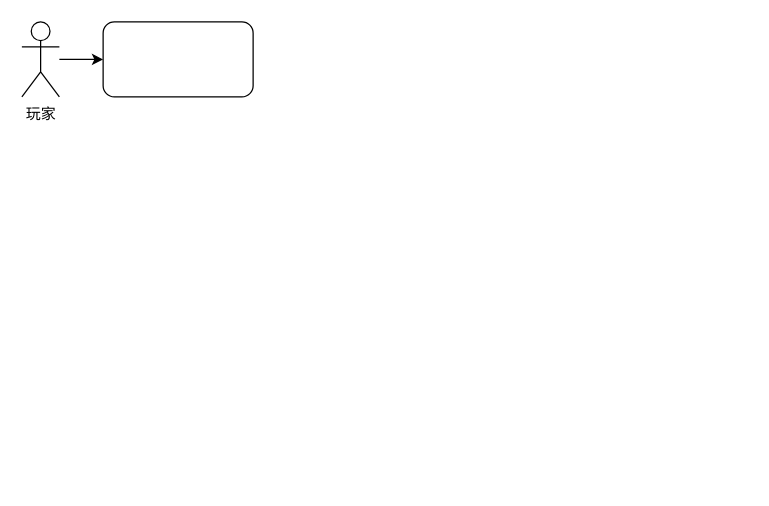
dingdu/7days-golang keeps this draw.io diagram as 道聚城超时.drawio. Above is the earlier version. Source tidied: cells renumbered, new cells numbered last; positions are measured from the earlier drawing's top-left corner, leaving out a move shared by most shapes. Both pictures are drawn from the tidied source at 125%, with x=0, y=0 at pixel (21, 21).
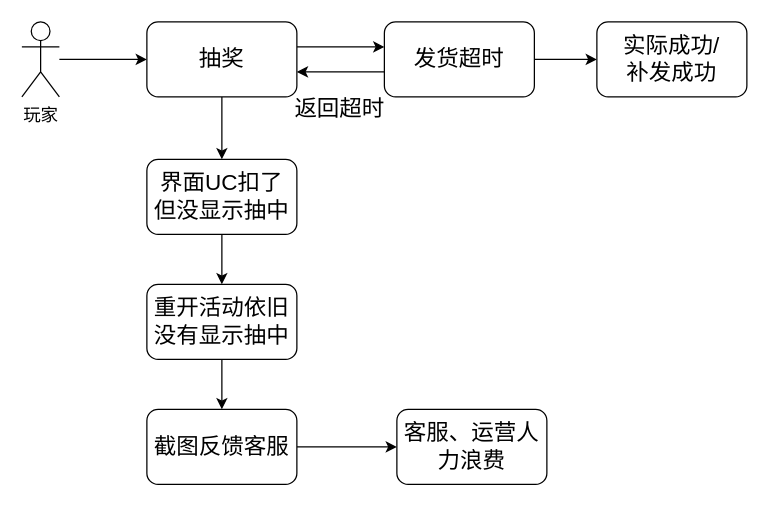
The same diagram, later.

Commit message (it also covers changes not shown here):
更新道聚城超时.drawio

What changed in the source:
```diff
@@
-    <mxCell id="2" style="edgeStyle=orthogonalEdgeStyle;rounded=0;jettySize=auto;html=1;" parent="1" edge="1" source="3" target="4">
-      <mxGeometry relative="1" as="geometry" />
-    </mxCell>
+    <mxCell id="5" style="edgeStyle=orthogonalEdgeStyle;rounded=0;jettySize=auto;html=1;" parent="1" edge="1" source="3" target="8">
+      <mxGeometry relative="1" as="geometry" />
+    </mxCell>
-    <mxCell id="3" value="玩家" style="shape=umlActor;verticalLabelPosition=bottom;verticalAlign=top;html=1;outlineConnect=0;" parent="1" vertex="1">
+    <mxCell id="3" value="&lt;font style=&quot;font-size: 14px;&quot;&gt;玩家&lt;/font&gt;" style="shape=umlActor;verticalLabelPosition=bottom;verticalAlign=top;html=1;outlineConnect=0;" parent="1" vertex="1">
       <mxGeometry width="30" height="60" as="geometry" />
     </mxCell>
-    <mxCell id="4" style="rounded=1;whiteSpace=wrap;html=1;verticalAlign=top;" parent="1" vertex="1">
-      <mxGeometry x="65" width="120" height="60" as="geometry" />
-    </mxCell>
+    <mxCell id="6" style="edgeStyle=orthogonalEdgeStyle;rounded=0;jettySize=auto;html=1;fontSize=14;" parent="1" edge="1" source="8" target="11">
+      <mxGeometry relative="1" as="geometry">
+        <Array as="points">
+          <mxPoint x="250" y="20" />
+          <mxPoint x="250" y="20" />
+        </Array>
+      </mxGeometry>
+    </mxCell>
+    <mxCell id="7" style="edgeStyle=orthogonalEdgeStyle;rounded=0;jettySize=auto;html=1;fontSize=18;" parent="1" edge="1" source="8" target="14">
+      <mxGeometry relative="1" as="geometry" />
+    </mxCell>
+    <mxCell id="8" value="&lt;font style=&quot;font-size: 18px;&quot;&gt;抽奖&lt;/font&gt;" style="rounded=1;whiteSpace=wrap;html=1;" parent="1" vertex="1">
+      <mxGeometry x="100" width="120" height="60" as="geometry" />
+    </mxCell>
+    <mxCell id="9" style="edgeStyle=orthogonalEdgeStyle;rounded=0;jettySize=auto;html=1;fontSize=14;" parent="1" edge="1" source="11" target="8">
+      <mxGeometry relative="1" as="geometry">
+        <Array as="points">
+          <mxPoint x="260" y="40" />
+          <mxPoint x="260" y="40" />
+        </Array>
+      </mxGeometry>
+    </mxCell>
+    <mxCell id="10" style="edgeStyle=orthogonalEdgeStyle;rounded=0;jettySize=auto;html=1;fontSize=18;" parent="1" edge="1" source="11" target="18">
+      <mxGeometry relative="1" as="geometry" />
+    </mxCell>
+    <mxCell id="11" value="&lt;span style=&quot;font-size: 18px;&quot;&gt;发货超时&lt;/span&gt;" style="rounded=1;whiteSpace=wrap;html=1;" parent="1" vertex="1">
+      <mxGeometry x="290" width="120" height="60" as="geometry" />
+    </mxCell>
+    <mxCell id="12" value="&lt;font style=&quot;font-size: 18px;&quot;&gt;返回超时&lt;/font&gt;" style="text;html=1;align=center;verticalAlign=middle;strokeColor=none;fillColor=none;fontSize=14;" parent="1" vertex="1">
+      <mxGeometry x="204" y="50" width="100" height="40" as="geometry" />
+    </mxCell>
+    <mxCell id="13" style="edgeStyle=orthogonalEdgeStyle;rounded=0;jettySize=auto;html=1;fontSize=18;" parent="1" edge="1" source="14" target="20">
+      <mxGeometry relative="1" as="geometry" />
+    </mxCell>
+    <mxCell id="14" value="&lt;font style=&quot;font-size: 18px;&quot;&gt;界面UC扣了&lt;br&gt;但没显示抽中&lt;/font&gt;" style="rounded=1;whiteSpace=wrap;html=1;" parent="1" vertex="1">
+      <mxGeometry x="100" y="110" width="120" height="60" as="geometry" />
+    </mxCell>
+    <mxCell id="15" style="edgeStyle=orthogonalEdgeStyle;rounded=0;jettySize=auto;html=1;fontSize=18;" parent="1" edge="1" source="16" target="17">
+      <mxGeometry relative="1" as="geometry" />
+    </mxCell>
+    <mxCell id="16" value="&lt;font style=&quot;font-size: 18px;&quot;&gt;截图反馈客服&lt;/font&gt;" style="whiteSpace=wrap;html=1;rounded=1;" parent="1" vertex="1">
+      <mxGeometry x="100" y="310" width="120" height="60" as="geometry" />
+    </mxCell>
+    <mxCell id="17" value="&lt;font style=&quot;font-size: 18px;&quot;&gt;客服、运营人力浪费&lt;/font&gt;" style="whiteSpace=wrap;html=1;rounded=1;" parent="1" vertex="1">
+      <mxGeometry x="300" y="310" width="120" height="60" as="geometry" />
+    </mxCell>
+    <mxCell id="18" value="&lt;font style=&quot;font-size: 18px;&quot;&gt;实际成功/&lt;br&gt;补发成功&lt;/font&gt;" style="whiteSpace=wrap;html=1;rounded=1;" parent="1" vertex="1">
+      <mxGeometry x="460" width="120" height="60" as="geometry" />
+    </mxCell>
+    <mxCell id="19" style="edgeStyle=orthogonalEdgeStyle;rounded=0;jettySize=auto;html=1;fontSize=18;" parent="1" edge="1" source="20" target="16">
+      <mxGeometry relative="1" as="geometry" />
+    </mxCell>
+    <mxCell id="20" value="&lt;span style=&quot;font-size: 18px;&quot;&gt;重开活动依旧没有显示抽中&lt;/span&gt;" style="rounded=1;whiteSpace=wrap;html=1;" parent="1" vertex="1">
+      <mxGeometry x="100" y="210" width="120" height="60" as="geometry" />
+    </mxCell>
```
